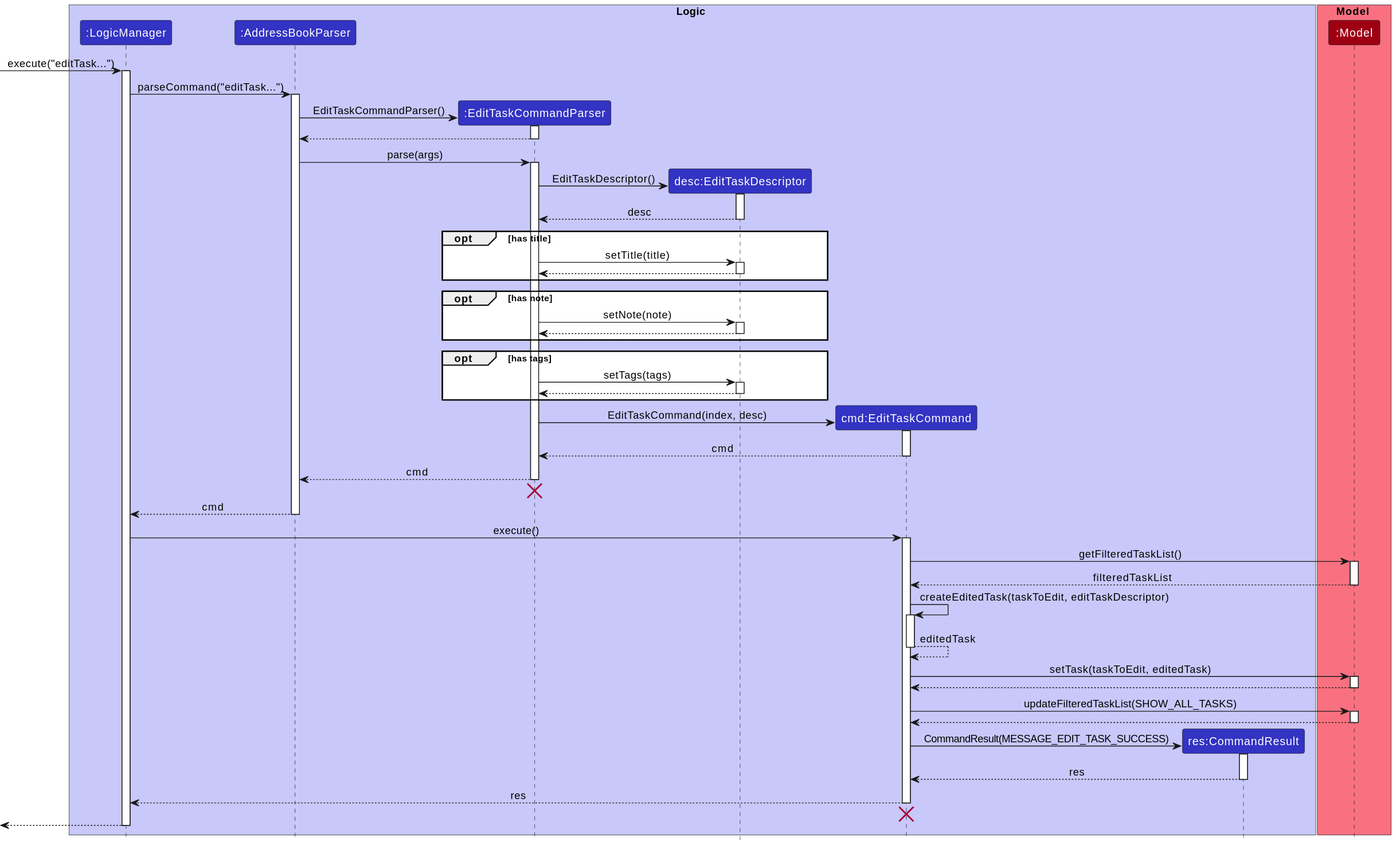
Before: docs/assets/svg/dg/EditTaskSequenceDiagram.svg, a diagram exported from PlantUML (pra-navi/tp). Its diagram source:
```plantuml
@startuml
!include style.puml
skinparam ArrowFontStyle plain

box Logic LOGIC_COLOR_T1
participant ":LogicManager" as LogicManager LOGIC_COLOR
participant ":AddressBookParser" as AddressBookParser LOGIC_COLOR
participant ":EditTaskCommandParser" as EditTaskCommandParser LOGIC_COLOR
participant "desc:EditTaskDescriptor" as EditTaskDescriptor LOGIC_COLOR
participant "cmd:EditTaskCommand" as EditTaskCommand LOGIC_COLOR
participant "res:CommandResult" as CommandResult LOGIC_COLOR
end box

box Model MODEL_COLOR_T1
participant ":Model" as Model MODEL_COLOR
end box

[-> LogicManager : execute("editTask...")
activate LogicManager

LogicManager -> AddressBookParser : parseCommand("editTask...")
activate AddressBookParser

create EditTaskCommandParser
AddressBookParser -> EditTaskCommandParser : EditTaskCommandParser()
activate EditTaskCommandParser

EditTaskCommandParser --> AddressBookParser
deactivate EditTaskCommandParser

AddressBookParser -> EditTaskCommandParser : parse(args)
activate EditTaskCommandParser

create EditTaskDescriptor
EditTaskCommandParser -> EditTaskDescriptor : EditTaskDescriptor()
activate EditTaskDescriptor
EditTaskDescriptor --> EditTaskCommandParser : desc
deactivate EditTaskDescriptor

opt has title
EditTaskCommandParser -> EditTaskDescriptor : setTitle(title)
activate EditTaskDescriptor
EditTaskDescriptor --> EditTaskCommandParser
deactivate EditTaskDescriptor
end opt

opt has note
EditTaskCommandParser -> EditTaskDescriptor : setNote(note)
activate EditTaskDescriptor
EditTaskDescriptor --> EditTaskCommandParser
deactivate EditTaskDescriptor
end opt

opt has tags
EditTaskCommandParser -> EditTaskDescriptor : setTags(tags)
activate EditTaskDescriptor
EditTaskDescriptor --> EditTaskCommandParser
deactivate EditTaskDescriptor
end opt

create EditTaskCommand
EditTaskCommandParser -> EditTaskCommand : EditTaskCommand(index, desc)
activate EditTaskCommand
EditTaskCommand --> EditTaskCommandParser : cmd
deactivate EditTaskCommand

EditTaskCommandParser --> AddressBookParser : cmd
deactivate EditTaskCommandParser

EditTaskCommandParser -[hidden]-> AddressBookParser
destroy EditTaskCommandParser

AddressBookParser --> LogicManager : cmd
deactivate AddressBookParser

LogicManager -> EditTaskCommand : execute()
activate EditTaskCommand

EditTaskCommand -> Model : getFilteredTaskList()
activate Model

Model --> EditTaskCommand : filteredTaskList
deactivate Model

EditTaskCommand -> EditTaskCommand : createEditedTask(taskToEdit, editTaskDescriptor)
activate EditTaskCommand
EditTaskCommand --> EditTaskCommand : editedTask
deactivate EditTaskCommand

EditTaskCommand -> Model : setTask(taskToEdit, editedTask)
activate Model
Model --> EditTaskCommand
deactivate Model

EditTaskCommand -> Model : updateFilteredTaskList(SHOW_ALL_TASKS)
activate Model
Model --> EditTaskCommand
deactivate Model

create CommandResult
EditTaskCommand -> CommandResult : CommandResult(MESSAGE_EDIT_TASK_SUCCESS)
activate CommandResult

CommandResult --> EditTaskCommand : res
deactivate CommandResult

EditTaskCommand --> LogicManager : res
deactivate EditTaskCommand

EditTaskCommand -[hidden]-> LogicManager
destroy EditTaskCommand

[<--LogicManager
deactivate LogicManager
@enduml
```
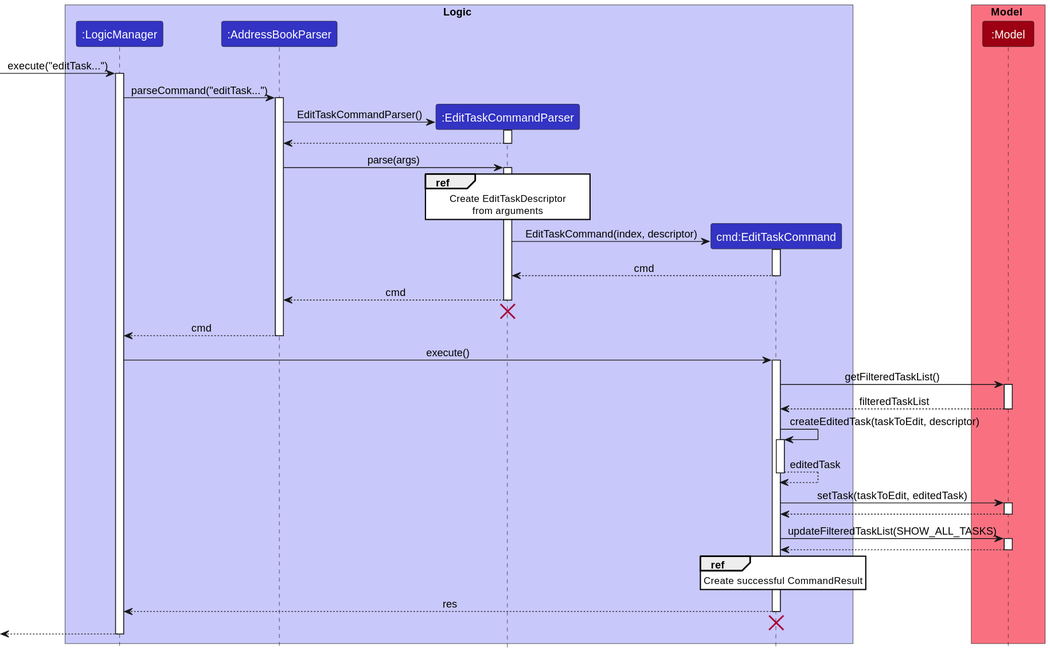
After the change.

Commit message:
docs: Simplify Edit Task sequence diagram using reference frames

Diff of the diagram source:
```diff
@@ -1,14 +1,13 @@
 @startuml
 !include style.puml
 skinparam ArrowFontStyle plain
+skinparam sequenceReferenceBackgroundColor white
 
 box Logic LOGIC_COLOR_T1
 participant ":LogicManager" as LogicManager LOGIC_COLOR
 participant ":AddressBookParser" as AddressBookParser LOGIC_COLOR
 participant ":EditTaskCommandParser" as EditTaskCommandParser LOGIC_COLOR
-participant "desc:EditTaskDescriptor" as EditTaskDescriptor LOGIC_COLOR
 participant "cmd:EditTaskCommand" as EditTaskCommand LOGIC_COLOR
-participant "res:CommandResult" as CommandResult LOGIC_COLOR
 end box
 
 box Model MODEL_COLOR_T1
@@ -31,35 +30,10 @@
 AddressBookParser -> EditTaskCommandParser : parse(args)
 activate EditTaskCommandParser
 
-create EditTaskDescriptor
-EditTaskCommandParser -> EditTaskDescriptor : EditTaskDescriptor()
-activate EditTaskDescriptor
-EditTaskDescriptor --> EditTaskCommandParser : desc
-deactivate EditTaskDescriptor
-
-opt has title
-EditTaskCommandParser -> EditTaskDescriptor : setTitle(title)
-activate EditTaskDescriptor
-EditTaskDescriptor --> EditTaskCommandParser
-deactivate EditTaskDescriptor
-end opt
-
-opt has note
-EditTaskCommandParser -> EditTaskDescriptor : setNote(note)
-activate EditTaskDescriptor
-EditTaskDescriptor --> EditTaskCommandParser
-deactivate EditTaskDescriptor
-end opt
-
-opt has tags
-EditTaskCommandParser -> EditTaskDescriptor : setTags(tags)
-activate EditTaskDescriptor
-EditTaskDescriptor --> EditTaskCommandParser
-deactivate EditTaskDescriptor
-end opt
+ref over EditTaskCommandParser: Create EditTaskDescriptor\nfrom arguments
 
 create EditTaskCommand
-EditTaskCommandParser -> EditTaskCommand : EditTaskCommand(index, desc)
+EditTaskCommandParser -> EditTaskCommand : EditTaskCommand(index, descriptor)
 activate EditTaskCommand
 EditTaskCommand --> EditTaskCommandParser : cmd
 deactivate EditTaskCommand
@@ -82,7 +56,7 @@
 Model --> EditTaskCommand : filteredTaskList
 deactivate Model
 
-EditTaskCommand -> EditTaskCommand : createEditedTask(taskToEdit, editTaskDescriptor)
+EditTaskCommand -> EditTaskCommand : createEditedTask(taskToEdit, descriptor)
 activate EditTaskCommand
 EditTaskCommand --> EditTaskCommand : editedTask
 deactivate EditTaskCommand
@@ -97,12 +71,7 @@
 Model --> EditTaskCommand
 deactivate Model
 
-create CommandResult
-EditTaskCommand -> CommandResult : CommandResult(MESSAGE_EDIT_TASK_SUCCESS)
-activate CommandResult
-
-CommandResult --> EditTaskCommand : res
-deactivate CommandResult
+ref over EditTaskCommand: Create successful CommandResult
 
 EditTaskCommand --> LogicManager : res
 deactivate EditTaskCommand
```
